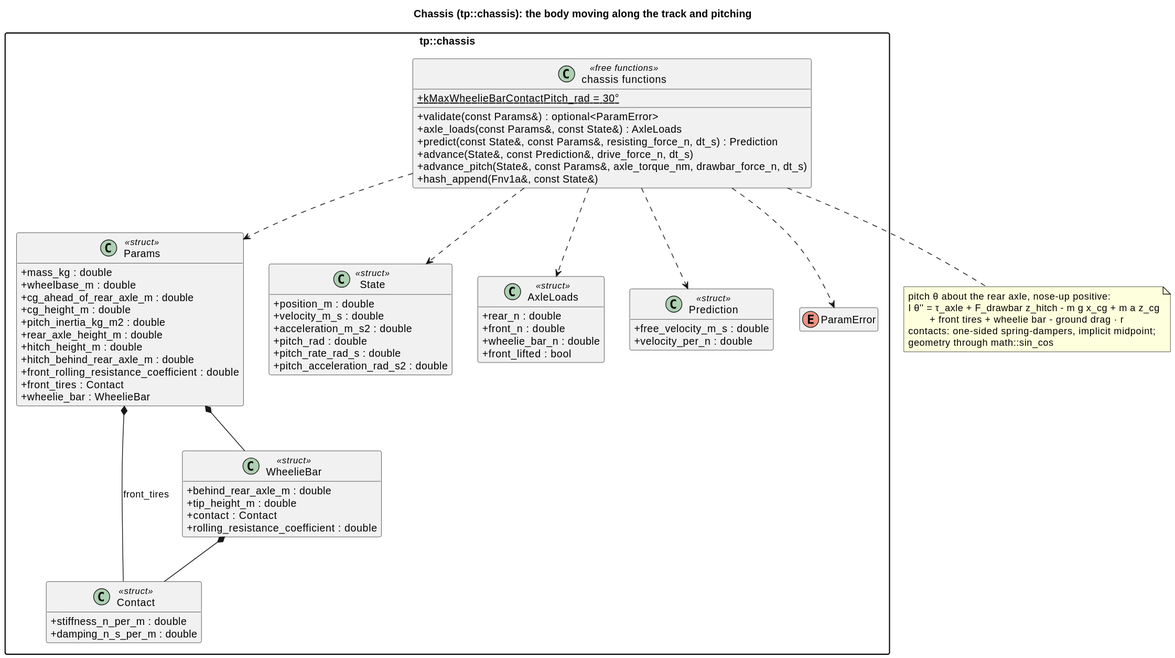
Above: docs/diagrams/svg/chassis_classes.svg in wversteeg/TractorPulling (PlantUML), before the change.
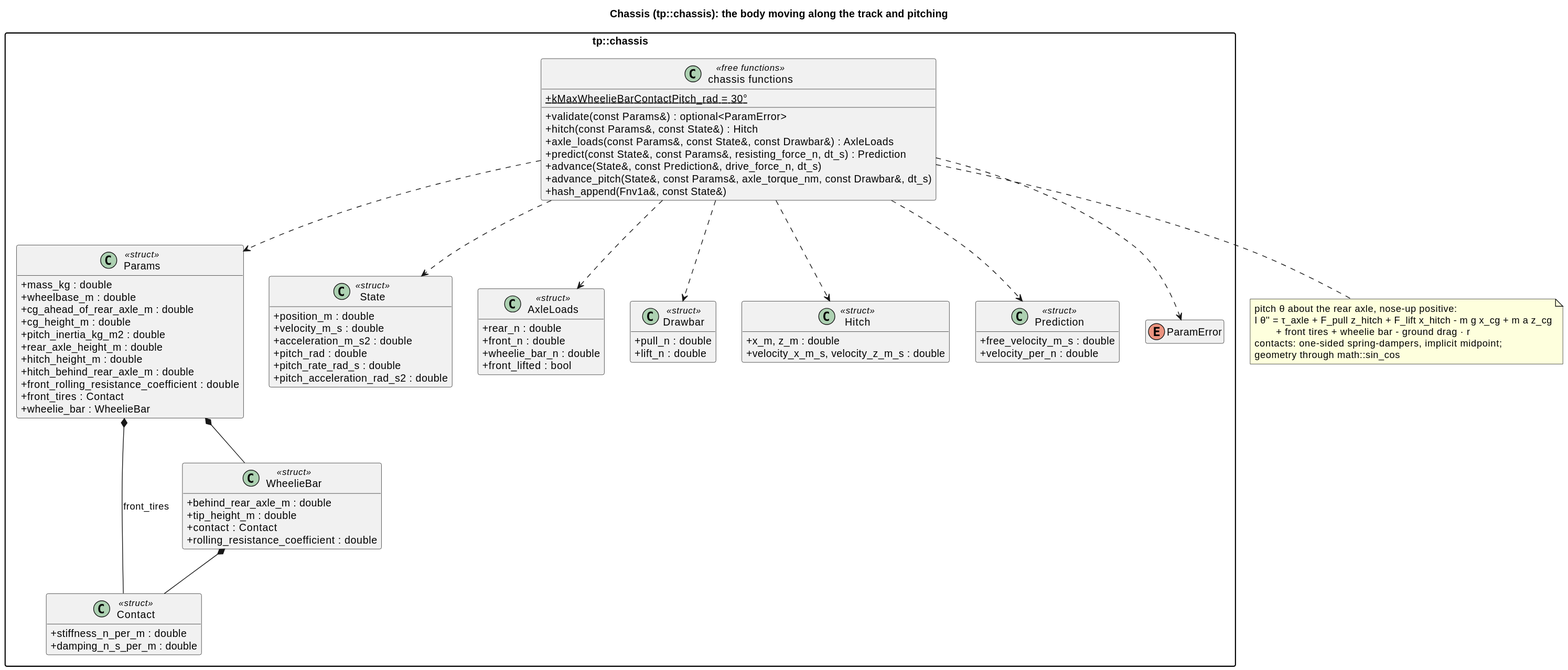
After the change.

The edit, as a diff of the source:
```diff
@@ -42,6 +42,14 @@
     +wheelie_bar_n : double
     +front_lifted : bool
   }
+  class Drawbar <<struct>> {
+    +pull_n : double
+    +lift_n : double
+  }
+  class Hitch <<struct>> {
+    +x_m, z_m : double
+    +velocity_x_m_s, velocity_z_m_s : double
+  }
   class Prediction <<struct>> {
     +free_velocity_m_s : double
     +velocity_per_n : double
@@ -50,10 +58,11 @@
   class "chassis functions" as ChassisFns <<free functions>> {
     +{static} kMaxWheelieBarContactPitch_rad = 30°
     +validate(const Params&) : optional<ParamError>
-    +axle_loads(const Params&, const State&) : AxleLoads
+    +hitch(const Params&, const State&) : Hitch
+    +axle_loads(const Params&, const State&, const Drawbar&) : AxleLoads
     +predict(const State&, const Params&, resisting_force_n, dt_s) : Prediction
     +advance(State&, const Prediction&, drive_force_n, dt_s)
-    +advance_pitch(State&, const Params&, axle_torque_nm, drawbar_force_n, dt_s)
+    +advance_pitch(State&, const Params&, axle_torque_nm, const Drawbar&, dt_s)
     +hash_append(Fnv1a&, const State&)
   }
   Params *-- Contact : front_tires
@@ -63,11 +72,13 @@
   ChassisFns ..> State
   ChassisFns ..> AxleLoads
   ChassisFns ..> Prediction
+  ChassisFns ..> Drawbar
+  ChassisFns ..> Hitch
   ChassisFns ..> ParamError
 }
 note bottom of ChassisFns
   pitch θ about the rear axle, nose-up positive:
-  I θ'' = τ_axle + F_drawbar z_hitch - m g x_cg + m a z_cg
+  I θ'' = τ_axle + F_pull z_hitch + F_lift x_hitch - m g x_cg + m a z_cg
           + front tires + wheelie bar - ground drag · r
   contacts: one-sided spring-dampers, implicit midpoint;
   geometry through math::sin_cos
```
